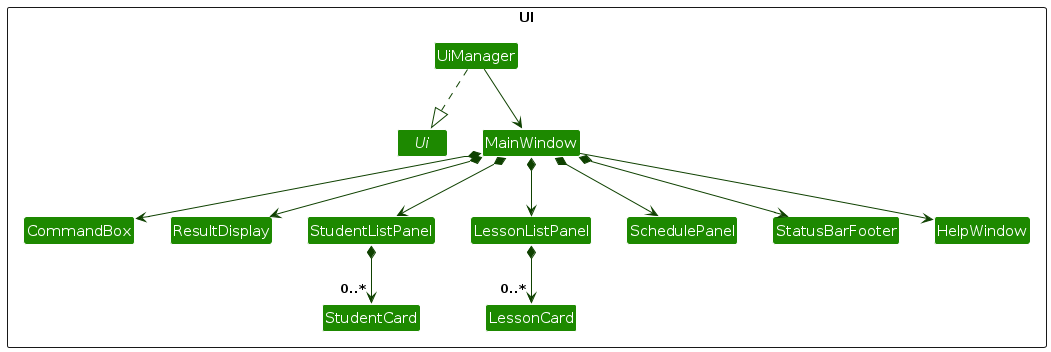
This is diagrams/UiClassDiagram.png from AY2627S1-CS2103T-T13-2/tp, a PlantUML export, as it was before one commit. Its source is kept beside it as diagrams/UiClassDiagram.puml.
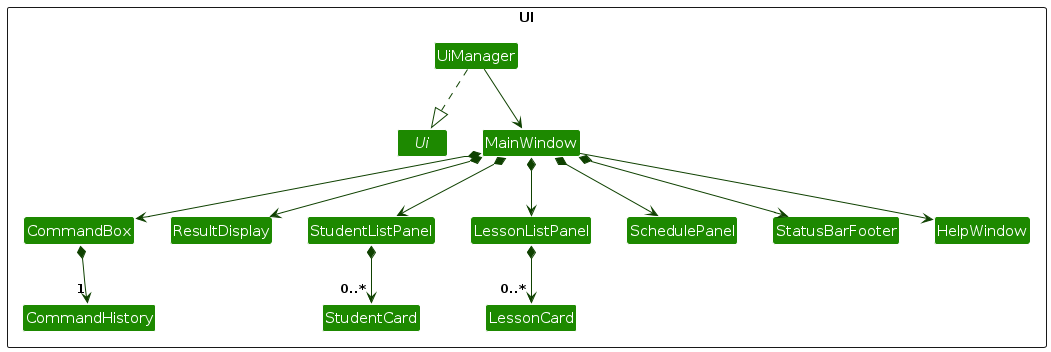
After the change.

What changed in the source:
```diff
@@ -8,6 +8,7 @@
 class UiManager
 class MainWindow
 class CommandBox
+class CommandHistory
 class ResultDisplay
 class StudentListPanel
 class LessonListPanel
@@ -29,6 +30,7 @@
 MainWindow *--> StatusBarFooter
 MainWindow --> HelpWindow
 
+CommandBox *--> "1" CommandHistory
 StudentListPanel *--> "0..*" StudentCard
 LessonListPanel *--> "0..*" LessonCard
 @enduml
```
